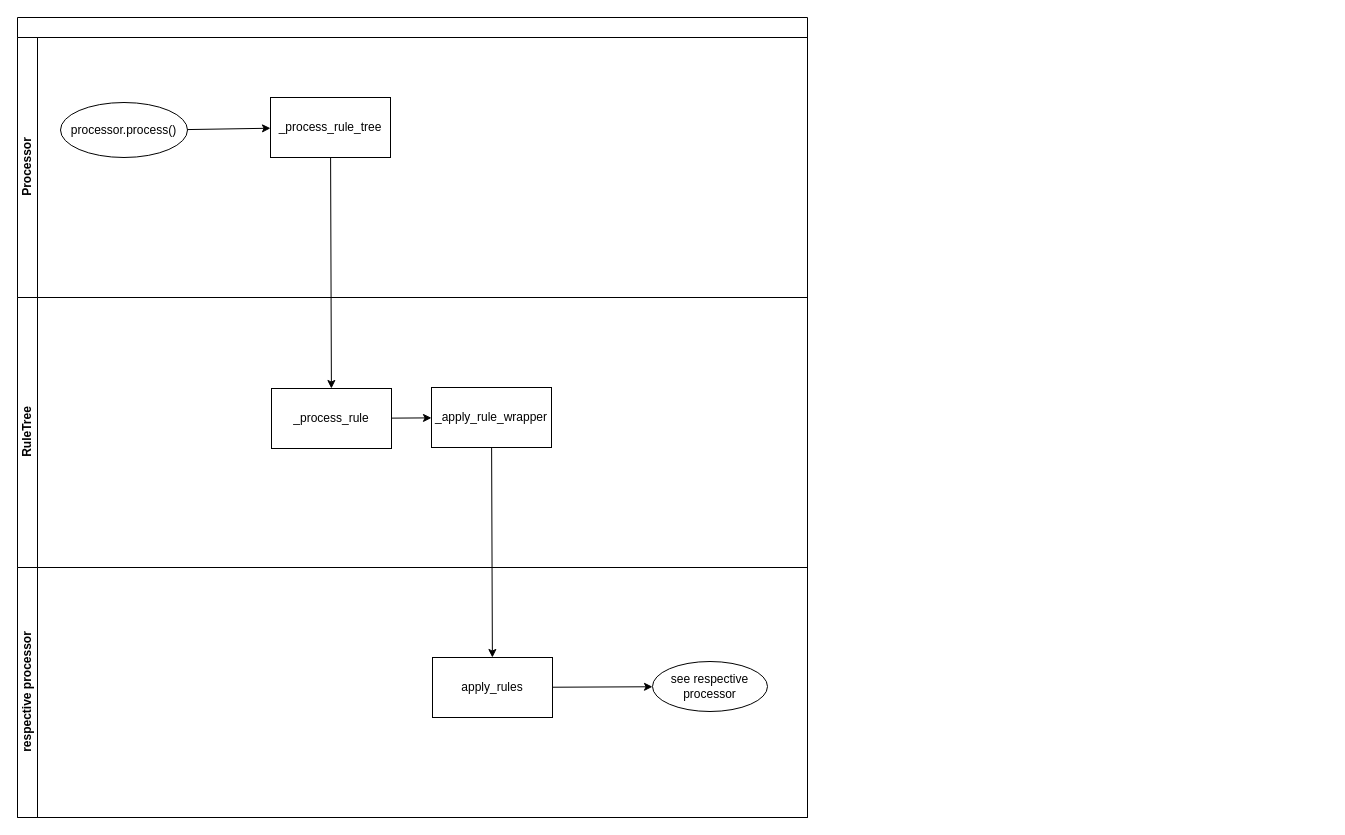
Above: page "process" (1 of 8) of doc/source/development/architecture/diagramms/process.drawio in fkie-cad/Logprep (draw.io), before the change. Source tidied: cells renumbered, new cells numbered last; positions are measured from the earlier drawing's top-left corner, leaving out a move shared by most shapes. Both pictures are drawn from the tidied source at 100%, with x=0, y=0 at pixel (17, 17).
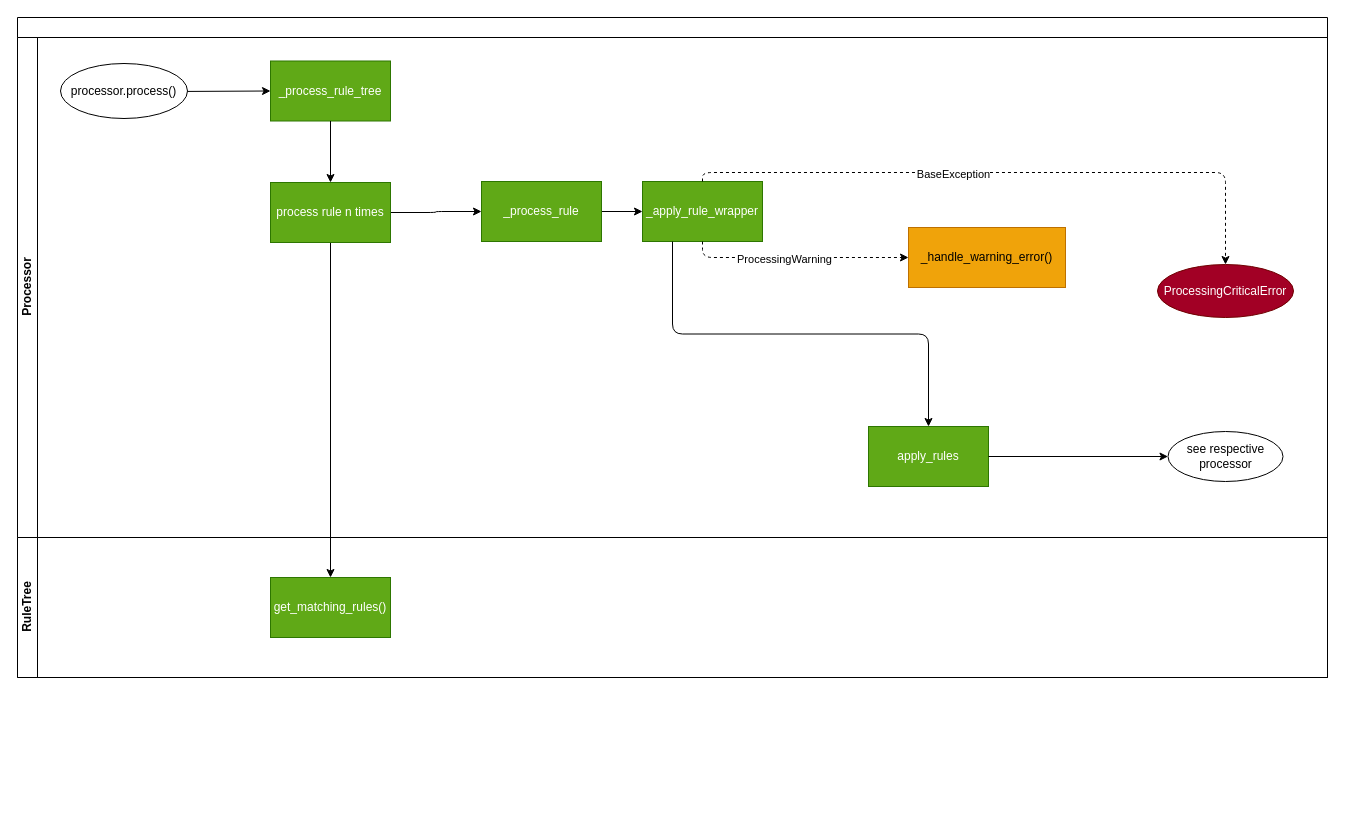
The same diagram, later.

Commit message:
update diagramm process

The edit, as a diff of the source:
```diff
@@
     <mxCell id="2" style="swimlane;horizontal=1;startSize=20;html=1;" parent="1" vertex="1">
-      <mxGeometry width="790" height="800" as="geometry" />
+      <mxGeometry width="1310" height="660" as="geometry" />
     </mxCell>
     <mxCell id="3" value="Processor&lt;br&gt;" style="swimlane;startSize=20;horizontal=0;html=1;" parent="2" vertex="1">
-      <mxGeometry y="20" width="790" height="260" as="geometry" />
+      <mxGeometry y="20" width="1310" height="500" as="geometry" />
     </mxCell>
-    <mxCell id="4" style="edgeStyle=none;html=1;" parent="3" edge="1" source="5" target="8">
-      <mxGeometry relative="1" as="geometry" />
-    </mxCell>
-    <mxCell id="5" value="_process_rule_tree" style="rounded=0;whiteSpace=wrap;html=1;" parent="3" vertex="1">
-      <mxGeometry x="253" y="60" width="120" height="60" as="geometry" />
+    <mxCell id="5" value="_process_rule_tree" style="rounded=0;whiteSpace=wrap;html=1;fillColor=#60a917;fontColor=#ffffff;strokeColor=#2D7600;" parent="3" vertex="1">
+      <mxGeometry x="253" y="23.5" width="120" height="60" as="geometry" />
     </mxCell>
-    <mxCell id="6" value="_apply_rule_wrapper" style="whiteSpace=wrap;html=1;rounded=0;" parent="3" vertex="1">
-      <mxGeometry x="414" y="350" width="120" height="60" as="geometry" />
+    <mxCell id="6" value="_apply_rule_wrapper" style="whiteSpace=wrap;html=1;rounded=0;fillColor=#60a917;fontColor=#ffffff;strokeColor=#2D7600;" parent="3" vertex="1">
+      <mxGeometry x="625" y="144" width="120" height="60" as="geometry" />
     </mxCell>
@@
-    <mxCell id="8" value="_process_rule" style="whiteSpace=wrap;html=1;rounded=0;" parent="3" vertex="1">
-      <mxGeometry x="254" y="351" width="120" height="60" as="geometry" />
+    <mxCell id="8" value="_process_rule" style="whiteSpace=wrap;html=1;rounded=0;fillColor=#60a917;fontColor=#ffffff;strokeColor=#2D7600;" parent="3" vertex="1">
+      <mxGeometry x="464" y="144" width="120" height="60" as="geometry" />
     </mxCell>
+    <mxCell id="13" value="apply_rules" style="whiteSpace=wrap;html=1;rounded=0;fillColor=#60a917;fontColor=#ffffff;strokeColor=#2D7600;" parent="3" vertex="1">
+      <mxGeometry x="851" y="389" width="120" height="60" as="geometry" />
+    </mxCell>
+    <mxCell id="10" style="edgeStyle=orthogonalEdgeStyle;html=1;exitX=0.25;exitY=1;exitDx=0;exitDy=0;" parent="3" edge="1" source="6" target="13">
+      <mxGeometry relative="1" as="geometry" />
+    </mxCell>
+    <mxCell id="14" value="see respective processor" style="ellipse;whiteSpace=wrap;html=1;rounded=0;" parent="3" vertex="1">
+      <mxGeometry x="1150.5" y="394" width="115" height="50" as="geometry" />
+    </mxCell>
+    <mxCell id="12" style="edgeStyle=none;html=1;" parent="3" edge="1" source="13" target="14">
+      <mxGeometry relative="1" as="geometry" />
+    </mxCell>
+    <mxCell id="17" value="_handle_warning_error()" style="rounded=0;whiteSpace=wrap;html=1;fillColor=#f0a30a;fontColor=#000000;strokeColor=#BD7000;" parent="3" vertex="1">
+      <mxGeometry x="891" y="190" width="157" height="60" as="geometry" />
+    </mxCell>
+    <mxCell id="18" style="edgeStyle=orthogonalEdgeStyle;html=1;entryX=0;entryY=0.5;entryDx=0;entryDy=0;dashed=1;exitX=0.5;exitY=1;exitDx=0;exitDy=0;" parent="3" edge="1" source="6" target="17">
+      <mxGeometry relative="1" as="geometry">
+        <Array as="points">
+          <mxPoint x="685" y="220" />
+        </Array>
+      </mxGeometry>
+    </mxCell>
+    <mxCell id="19" value="ProcessingWarning" style="edgeLabel;html=1;align=center;verticalAlign=middle;" parent="18" vertex="1">
+      <mxGeometry x="-0.13" y="-1" relative="1" as="geometry" />
+    </mxCell>
     <mxCell id="9" value="RuleTree" style="swimlane;startSize=20;horizontal=0;html=1;" parent="2" vertex="1">
-      <mxGeometry y="280" width="790" height="270" as="geometry" />
+      <mxGeometry y="520" width="1310" height="140" as="geometry" />
     </mxCell>
-    <mxCell id="10" style="edgeStyle=none;html=1;" parent="2" edge="1" source="6" target="13">
-      <mxGeometry relative="1" as="geometry" />
-    </mxCell>
-    <mxCell id="11" value="respective processor" style="swimlane;startSize=20;horizontal=0;html=1;" parent="2" vertex="1">
-      <mxGeometry y="550" width="790" height="250" as="geometry" />
-    </mxCell>
-    <mxCell id="12" style="edgeStyle=none;html=1;" parent="11" edge="1" source="13" target="14">
-      <mxGeometry relative="1" as="geometry" />
-    </mxCell>
-    <mxCell id="13" value="apply_rules" style="whiteSpace=wrap;html=1;rounded=0;" parent="11" vertex="1">
-      <mxGeometry x="415" y="90" width="120" height="60" as="geometry" />
-    </mxCell>
-    <mxCell id="14" value="see respective processor" style="ellipse;whiteSpace=wrap;html=1;rounded=0;" parent="11" vertex="1">
-      <mxGeometry x="635" y="94" width="115" height="50" as="geometry" />
-    </mxCell>
+    <mxCell id="20" value="ProcessingCriticalError" style="ellipse;whiteSpace=wrap;html=1;fillColor=#a20025;fontColor=#ffffff;strokeColor=#6F0000;" parent="9" vertex="1">
+      <mxGeometry x="1140" y="-273" width="136" height="53" as="geometry" />
+    </mxCell>
+    <mxCell id="21" value="get_matching_rules()" style="rounded=0;whiteSpace=wrap;html=1;fillColor=#60a917;fontColor=#ffffff;strokeColor=#2D7600;" parent="9" vertex="1">
+      <mxGeometry x="253" y="40" width="120" height="60" as="geometry" />
+    </mxCell>
+    <mxCell id="22" style="edgeStyle=orthogonalEdgeStyle;html=1;dashed=1;entryX=0.5;entryY=0;entryDx=0;entryDy=0;" parent="2" edge="1" source="6" target="20">
+      <mxGeometry relative="1" as="geometry">
+        <Array as="points">
+          <mxPoint x="685" y="155" />
+          <mxPoint x="1208" y="155" />
+        </Array>
+      </mxGeometry>
+    </mxCell>
+    <mxCell id="23" value="BaseException" style="edgeLabel;html=1;align=center;verticalAlign=middle;" parent="22" vertex="1">
+      <mxGeometry x="-0.17" y="-1" relative="1" as="geometry" />
+    </mxCell>
@@
     <mxCell id="16" value="processor.process()" style="ellipse;whiteSpace=wrap;html=1;" parent="1" vertex="1">
-      <mxGeometry x="43" y="85" width="127" height="55" as="geometry" />
+      <mxGeometry x="43" y="46" width="127" height="55" as="geometry" />
     </mxCell>
+    <mxCell id="24" style="edgeStyle=orthogonalEdgeStyle;html=1;" parent="1" edge="1" source="26" target="21">
+      <mxGeometry relative="1" as="geometry" />
+    </mxCell>
+    <mxCell id="25" style="edgeStyle=orthogonalEdgeStyle;html=1;entryX=0;entryY=0.5;entryDx=0;entryDy=0;" parent="1" edge="1" source="26" target="8">
+      <mxGeometry relative="1" as="geometry" />
+    </mxCell>
+    <mxCell id="26" value="process rule n times" style="rounded=0;whiteSpace=wrap;html=1;fillColor=#60a917;fontColor=#ffffff;strokeColor=#2D7600;" parent="1" vertex="1">
+      <mxGeometry x="253" y="165" width="120" height="60" as="geometry" />
+    </mxCell>
+    <mxCell id="4" style="edgeStyle=none;html=1;" parent="1" edge="1" source="5" target="26">
+      <mxGeometry relative="1" as="geometry" />
+    </mxCell>
```
